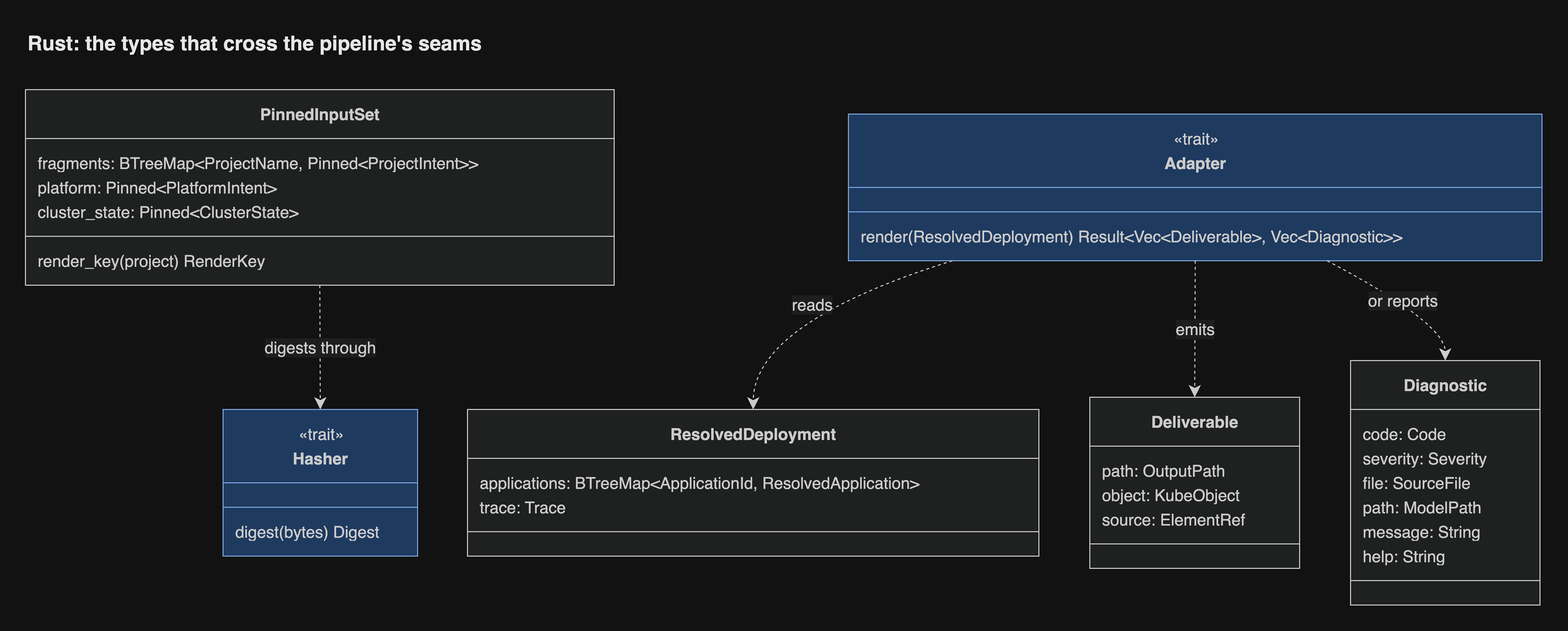
Earlier version of the draw.io export docs/diagrams/png/rust-pipeline-types.png (JorisJonkers-dev/estate-kit). Source tidied: cells renumbered, new cells last; positions are measured from the earlier drawing's top-left corner, leaving out a move shared by most shapes. Its diagram source:
```xml
<mxGraphModel>
  <root>
    <mxCell id="0" />
    <mxCell id="1" parent="0" />
    <mxCell id="2" value="&lt;b&gt;PinnedInputSet&lt;/b&gt;" style="swimlane;html=1;fontStyle=1;fontSize=16;align=center;verticalAlign=middle;horizontal=1;startSize=48;swimlaneFillColor=light-dark(#ECECFF,#1f2020);whiteSpace=wrap;fillColor=light-dark(#ECECFF,#1f2020);strokeColor=light-dark(#9370DB,#cccccc);fontColor=light-dark(#333333,#cccccc);fontFamily=Helvetica;" parent="1" vertex="1">
      <mxGeometry y="64" width="578" height="192" as="geometry" />
    </mxCell>
    <mxCell id="3" value="fragments: BTreeMap&lt;ProjectName, Pinned&lt;ProjectIntent&gt;&gt;" style="text;fontSize=16;strokeColor=none;fillColor=none;align=left;verticalAlign=middle;spacingLeft=10;spacingRight=12;spacingBottom=2;overflow=hidden;fontColor=light-dark(#333333,#cccccc);fontFamily=Helvetica;" parent="2" vertex="1">
      <mxGeometry y="60" width="578" height="24" as="geometry" />
    </mxCell>
    <mxCell id="4" value="platform: Pinned&lt;PlatformIntent&gt;" style="text;fontSize=16;strokeColor=none;fillColor=none;align=left;verticalAlign=middle;spacingLeft=10;spacingRight=12;spacingBottom=2;overflow=hidden;fontColor=light-dark(#333333,#cccccc);fontFamily=Helvetica;" parent="2" vertex="1">
      <mxGeometry y="84" width="578" height="24" as="geometry" />
    </mxCell>
    <mxCell id="5" value="cluster_state: Pinned&lt;ClusterState&gt;" style="text;fontSize=16;strokeColor=none;fillColor=none;align=left;verticalAlign=middle;spacingLeft=10;spacingRight=12;spacingBottom=2;overflow=hidden;fontColor=light-dark(#333333,#cccccc);fontFamily=Helvetica;" parent="2" vertex="1">
      <mxGeometry y="108" width="578" height="24" as="geometry" />
    </mxCell>
    <mxCell id="6" style="line;strokeWidth=1;fillColor=none;spacingLeft=3;spacingRight=3;strokeColor=inherit;fontFamily=Helvetica;" parent="2" vertex="1">
      <mxGeometry y="132" width="578" height="24" as="geometry" />
    </mxCell>
    <mxCell id="7" value="render_key(project) RenderKey" style="text;fontSize=16;strokeColor=none;fillColor=none;align=left;verticalAlign=middle;spacingLeft=10;spacingRight=12;spacingBottom=2;overflow=hidden;fontColor=light-dark(#333333,#cccccc);fontFamily=Helvetica;" parent="2" vertex="1">
      <mxGeometry y="156" width="578" height="24" as="geometry" />
    </mxCell>
    <mxCell id="8" value="&lt;b&gt;Hasher&lt;/b&gt;" style="swimlane;html=1;fontStyle=1;fontSize=16;align=center;verticalAlign=middle;horizontal=1;startSize=72;swimlaneFillColor=light-dark(#dae8fc,#1f3a5f);whiteSpace=wrap;spacingTop=24;fillColor=light-dark(#dae8fc,#1f3a5f);strokeColor=light-dark(#6c8ebf,#7aa7e0);fontColor=light-dark(#333333,#cccccc);fontFamily=Helvetica;" parent="1" vertex="1">
      <mxGeometry x="194" y="378" width="191" height="144" as="geometry" />
    </mxCell>
    <mxCell id="9" value="«trait»" style="text;html=1;strokeColor=none;fillColor=none;align=center;verticalAlign=middle;fontSize=16;fontColor=light-dark(#333333,#cccccc);fontFamily=Helvetica;" parent="8" vertex="1">
      <mxGeometry y="12" width="191" height="24" as="geometry" />
    </mxCell>
    <mxCell id="10" style="line;strokeWidth=1;fillColor=none;spacingLeft=3;spacingRight=3;strokeColor=inherit;fontFamily=Helvetica;" parent="8" vertex="1">
      <mxGeometry y="84" width="191" height="24" as="geometry" />
    </mxCell>
    <mxCell id="11" value="digest(bytes) Digest" style="text;fontSize=16;strokeColor=none;fillColor=none;align=left;verticalAlign=middle;spacingLeft=10;spacingRight=12;spacingBottom=2;overflow=hidden;fontColor=light-dark(#333333,#cccccc);fontFamily=Helvetica;" parent="8" vertex="1">
      <mxGeometry y="108" width="191" height="24" as="geometry" />
    </mxCell>
    <mxCell id="12" value="&lt;b&gt;ResolvedDeployment&lt;/b&gt;" style="swimlane;html=1;fontStyle=1;fontSize=16;align=center;verticalAlign=middle;horizontal=1;startSize=48;swimlaneFillColor=light-dark(#ECECFF,#1f2020);whiteSpace=wrap;fillColor=light-dark(#ECECFF,#1f2020);strokeColor=light-dark(#9370DB,#cccccc);fontColor=light-dark(#333333,#cccccc);fontFamily=Helvetica;" parent="1" vertex="1">
      <mxGeometry x="434" y="378" width="561" height="144" as="geometry" />
    </mxCell>
    <mxCell id="13" value="applications: BTreeMap&lt;ApplicationId, ResolvedApplication&gt;" style="text;fontSize=16;strokeColor=none;fillColor=none;align=left;verticalAlign=middle;spacingLeft=10;spacingRight=12;spacingBottom=2;overflow=hidden;fontColor=light-dark(#333333,#cccccc);fontFamily=Helvetica;" parent="12" vertex="1">
      <mxGeometry y="60" width="561" height="24" as="geometry" />
    </mxCell>
    <mxCell id="14" value="trace: Trace" style="text;fontSize=16;strokeColor=none;fillColor=none;align=left;verticalAlign=middle;spacingLeft=10;spacingRight=12;spacingBottom=2;overflow=hidden;fontColor=light-dark(#333333,#cccccc);fontFamily=Helvetica;" parent="12" vertex="1">
      <mxGeometry y="84" width="561" height="24" as="geometry" />
    </mxCell>
    <mxCell id="15" style="line;strokeWidth=1;fillColor=none;spacingLeft=3;spacingRight=3;strokeColor=inherit;fontFamily=Helvetica;" parent="12" vertex="1">
      <mxGeometry y="108" width="561" height="24" as="geometry" />
    </mxCell>
    <mxCell id="16" value="&lt;b&gt;Adapter&lt;/b&gt;" style="swimlane;html=1;fontStyle=1;fontSize=16;align=center;verticalAlign=middle;horizontal=1;startSize=72;swimlaneFillColor=light-dark(#dae8fc,#1f3a5f);whiteSpace=wrap;spacingTop=24;fillColor=light-dark(#dae8fc,#1f3a5f);strokeColor=light-dark(#6c8ebf,#7aa7e0);fontColor=light-dark(#333333,#cccccc);fontFamily=Helvetica;" parent="1" vertex="1">
      <mxGeometry x="808" y="88" width="681" height="144" as="geometry" />
    </mxCell>
    <mxCell id="17" value="«trait»" style="text;html=1;strokeColor=none;fillColor=none;align=center;verticalAlign=middle;fontSize=16;fontColor=light-dark(#333333,#cccccc);fontFamily=Helvetica;" parent="16" vertex="1">
      <mxGeometry y="12" width="681" height="24" as="geometry" />
    </mxCell>
    <mxCell id="18" style="line;strokeWidth=1;fillColor=none;spacingLeft=3;spacingRight=3;strokeColor=inherit;fontFamily=Helvetica;" parent="16" vertex="1">
      <mxGeometry y="84" width="681" height="24" as="geometry" />
    </mxCell>
    <mxCell id="19" value="render(ResolvedDeployment) Result&lt;Vec&lt;Deliverable&gt;, Vec&lt;Diagnostic&gt;&gt;" style="text;fontSize=16;strokeColor=none;fillColor=none;align=left;verticalAlign=middle;spacingLeft=10;spacingRight=12;spacingBottom=2;overflow=hidden;fontColor=light-dark(#333333,#cccccc);fontFamily=Helvetica;" parent="16" vertex="1">
      <mxGeometry y="108" width="681" height="24" as="geometry" />
    </mxCell>
    <mxCell id="20" value="&lt;b&gt;Deliverable&lt;/b&gt;" style="swimlane;html=1;fontStyle=1;fontSize=16;align=center;verticalAlign=middle;horizontal=1;startSize=48;swimlaneFillColor=light-dark(#ECECFF,#1f2020);whiteSpace=wrap;fillColor=light-dark(#ECECFF,#1f2020);strokeColor=light-dark(#9370DB,#cccccc);fontColor=light-dark(#333333,#cccccc);fontFamily=Helvetica;" parent="1" vertex="1">
      <mxGeometry x="1045" y="366" width="206" height="168" as="geometry" />
    </mxCell>
    <mxCell id="21" value="path: OutputPath" style="text;fontSize=16;strokeColor=none;fillColor=none;align=left;verticalAlign=middle;spacingLeft=10;spacingRight=12;spacingBottom=2;overflow=hidden;fontColor=light-dark(#333333,#cccccc);fontFamily=Helvetica;" parent="20" vertex="1">
      <mxGeometry y="60" width="206" height="24" as="geometry" />
    </mxCell>
    <mxCell id="22" value="object: KubeObject" style="text;fontSize=16;strokeColor=none;fillColor=none;align=left;verticalAlign=middle;spacingLeft=10;spacingRight=12;spacingBottom=2;overflow=hidden;fontColor=light-dark(#333333,#cccccc);fontFamily=Helvetica;" parent="20" vertex="1">
      <mxGeometry y="84" width="206" height="24" as="geometry" />
    </mxCell>
    <mxCell id="23" value="source: ElementRef" style="text;fontSize=16;strokeColor=none;fillColor=none;align=left;verticalAlign=middle;spacingLeft=10;spacingRight=12;spacingBottom=2;overflow=hidden;fontColor=light-dark(#333333,#cccccc);fontFamily=Helvetica;" parent="20" vertex="1">
      <mxGeometry y="108" width="206" height="24" as="geometry" />
    </mxCell>
    <mxCell id="24" style="line;strokeWidth=1;fillColor=none;spacingLeft=3;spacingRight=3;strokeColor=inherit;fontFamily=Helvetica;" parent="20" vertex="1">
      <mxGeometry y="132" width="206" height="24" as="geometry" />
    </mxCell>
    <mxCell id="25" value="&lt;b&gt;Diagnostic&lt;/b&gt;" style="swimlane;html=1;fontStyle=1;fontSize=16;align=center;verticalAlign=middle;horizontal=1;startSize=48;swimlaneFillColor=light-dark(#ECECFF,#1f2020);whiteSpace=wrap;fillColor=light-dark(#ECECFF,#1f2020);strokeColor=light-dark(#9370DB,#cccccc);fontColor=light-dark(#333333,#cccccc);fontFamily=Helvetica;" parent="1" vertex="1">
      <mxGeometry x="1301" y="330" width="186" height="240" as="geometry" />
    </mxCell>
    <mxCell id="26" value="code: Code" style="text;fontSize=16;strokeColor=none;fillColor=none;align=left;verticalAlign=middle;spacingLeft=10;spacingRight=12;spacingBottom=2;overflow=hidden;fontColor=light-dark(#333333,#cccccc);fontFamily=Helvetica;" parent="25" vertex="1">
      <mxGeometry y="60" width="186" height="24" as="geometry" />
    </mxCell>
    <mxCell id="27" value="severity: Severity" style="text;fontSize=16;strokeColor=none;fillColor=none;align=left;verticalAlign=middle;spacingLeft=10;spacingRight=12;spacingBottom=2;overflow=hidden;fontColor=light-dark(#333333,#cccccc);fontFamily=Helvetica;" parent="25" vertex="1">
      <mxGeometry y="84" width="186" height="24" as="geometry" />
    </mxCell>
    <mxCell id="28" value="file: SourceFile" style="text;fontSize=16;strokeColor=none;fillColor=none;align=left;verticalAlign=middle;spacingLeft=10;spacingRight=12;spacingBottom=2;overflow=hidden;fontColor=light-dark(#333333,#cccccc);fontFamily=Helvetica;" parent="25" vertex="1">
      <mxGeometry y="108" width="186" height="24" as="geometry" />
    </mxCell>
    <mxCell id="29" value="path: ModelPath" style="text;fontSize=16;strokeColor=none;fillColor=none;align=left;verticalAlign=middle;spacingLeft=10;spacingRight=12;spacingBottom=2;overflow=hidden;fontColor=light-dark(#333333,#cccccc);fontFamily=Helvetica;" parent="25" vertex="1">
      <mxGeometry y="132" width="186" height="24" as="geometry" />
    </mxCell>
    <mxCell id="30" value="message: String" style="text;fontSize=16;strokeColor=none;fillColor=none;align=left;verticalAlign=middle;spacingLeft=10;spacingRight=12;spacingBottom=2;overflow=hidden;fontColor=light-dark(#333333,#cccccc);fontFamily=Helvetica;" parent="25" vertex="1">
      <mxGeometry y="156" width="186" height="24" as="geometry" />
    </mxCell>
    <mxCell id="31" value="help: String" style="text;fontSize=16;strokeColor=none;fillColor=none;align=left;verticalAlign=middle;spacingLeft=10;spacingRight=12;spacingBottom=2;overflow=hidden;fontColor=light-dark(#333333,#cccccc);fontFamily=Helvetica;" parent="25" vertex="1">
      <mxGeometry y="180" width="186" height="24" as="geometry" />
    </mxCell>
    <mxCell id="32" style="line;strokeWidth=1;fillColor=none;spacingLeft=3;spacingRight=3;strokeColor=inherit;fontFamily=Helvetica;" parent="25" vertex="1">
      <mxGeometry y="204" width="186" height="24" as="geometry" />
    </mxCell>
    <mxCell id="33" value="digests through" style="curved=1;dashed=1;startArrow=none;endArrow=classic;endSize=9;strokeColor=light-dark(#333333,#cccccc);html=1;fontSize=16;fontColor=light-dark(#333333,#cccccc);exitX=0.5;exitY=1;entryX=0.5;entryY=0;fixDash=1;fontFamily=Helvetica;labelBackgroundColor=light-dark(#ffffff,#1e1e1e);" parent="1" edge="1" source="2" target="8">
      <mxGeometry relative="1" as="geometry" />
    </mxCell>
    <mxCell id="34" value="reads" style="curved=1;dashed=1;startArrow=none;endArrow=classic;endSize=9;strokeColor=light-dark(#333333,#cccccc);html=1;fontSize=16;fontColor=light-dark(#333333,#cccccc);exitX=0.15;exitY=1;entryX=0.5;entryY=0;fixDash=1;fontFamily=Helvetica;labelBackgroundColor=light-dark(#ffffff,#1e1e1e);" parent="1" edge="1" source="16" target="12">
      <mxGeometry relative="1" as="geometry">
        <Array as="points">
          <mxPoint x="715" y="293" />
        </Array>
      </mxGeometry>
    </mxCell>
    <mxCell id="35" value="emits" style="curved=1;dashed=1;startArrow=none;endArrow=classic;endSize=9;strokeColor=light-dark(#333333,#cccccc);html=1;fontSize=16;fontColor=light-dark(#333333,#cccccc);exitX=0.5;exitY=1;entryX=0.5;entryY=0;fixDash=1;fontFamily=Helvetica;labelBackgroundColor=light-dark(#ffffff,#1e1e1e);" parent="1" edge="1" source="16" target="20">
      <mxGeometry relative="1" as="geometry" />
    </mxCell>
    <mxCell id="36" value="or reports" style="curved=1;dashed=1;startArrow=none;endArrow=classic;endSize=9;strokeColor=light-dark(#333333,#cccccc);html=1;fontSize=16;fontColor=light-dark(#333333,#cccccc);exitX=0.69;exitY=1;entryX=0.5;entryY=0;fixDash=1;fontFamily=Helvetica;labelBackgroundColor=light-dark(#ffffff,#1e1e1e);" parent="1" edge="1" source="16" target="25">
      <mxGeometry relative="1" as="geometry">
        <Array as="points">
          <mxPoint x="1394" y="293" />
        </Array>
      </mxGeometry>
    </mxCell>
    <mxCell id="37" value="Rust: the types that cross the pipeline's seams" style="text;html=1;whiteSpace=wrap;align=left;verticalAlign=middle;fontSize=20;fontStyle=1;fontColor=light-dark(#1a1a1a,#e8e8e8);fontFamily=Helvetica;" parent="1" vertex="1">
      <mxGeometry width="1489" height="36" as="geometry" />
    </mxCell>
  </root>
</mxGraphModel>
```
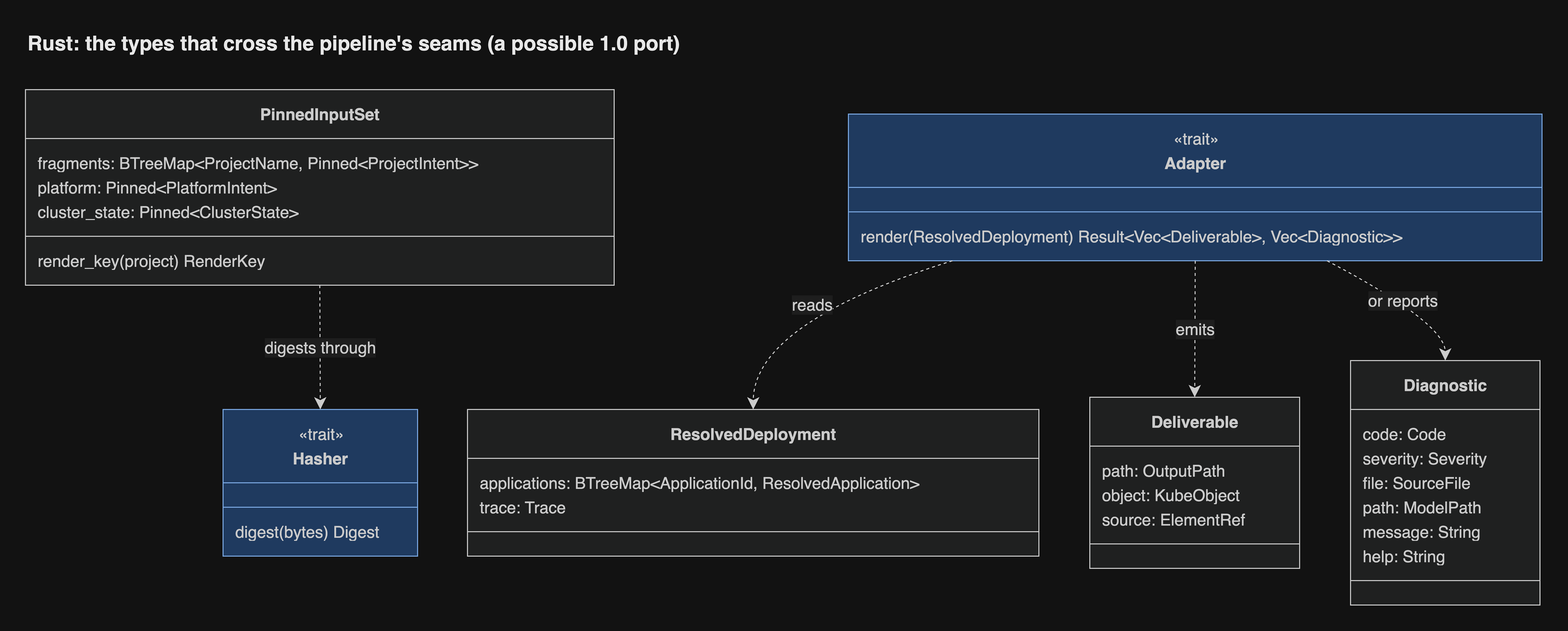
After the commit.

The edit, as a diff of the source:
```diff
@@ -115,7 +115,7 @@
         </Array>
       </mxGeometry>
     </mxCell>
-    <mxCell id="37" value="Rust: the types that cross the pipeline's seams" style="text;html=1;whiteSpace=wrap;align=left;verticalAlign=middle;fontSize=20;fontStyle=1;fontColor=light-dark(#1a1a1a,#e8e8e8);fontFamily=Helvetica;" parent="1" vertex="1">
+    <mxCell id="37" value="Rust: the types that cross the pipeline's seams (a possible 1.0 port)" style="text;html=1;whiteSpace=wrap;align=left;verticalAlign=middle;fontSize=20;fontStyle=1;fontColor=light-dark(#1a1a1a,#e8e8e8);fontFamily=Helvetica;" parent="1" vertex="1">
       <mxGeometry width="1489" height="36" as="geometry" />
     </mxCell>
   </root>
```
